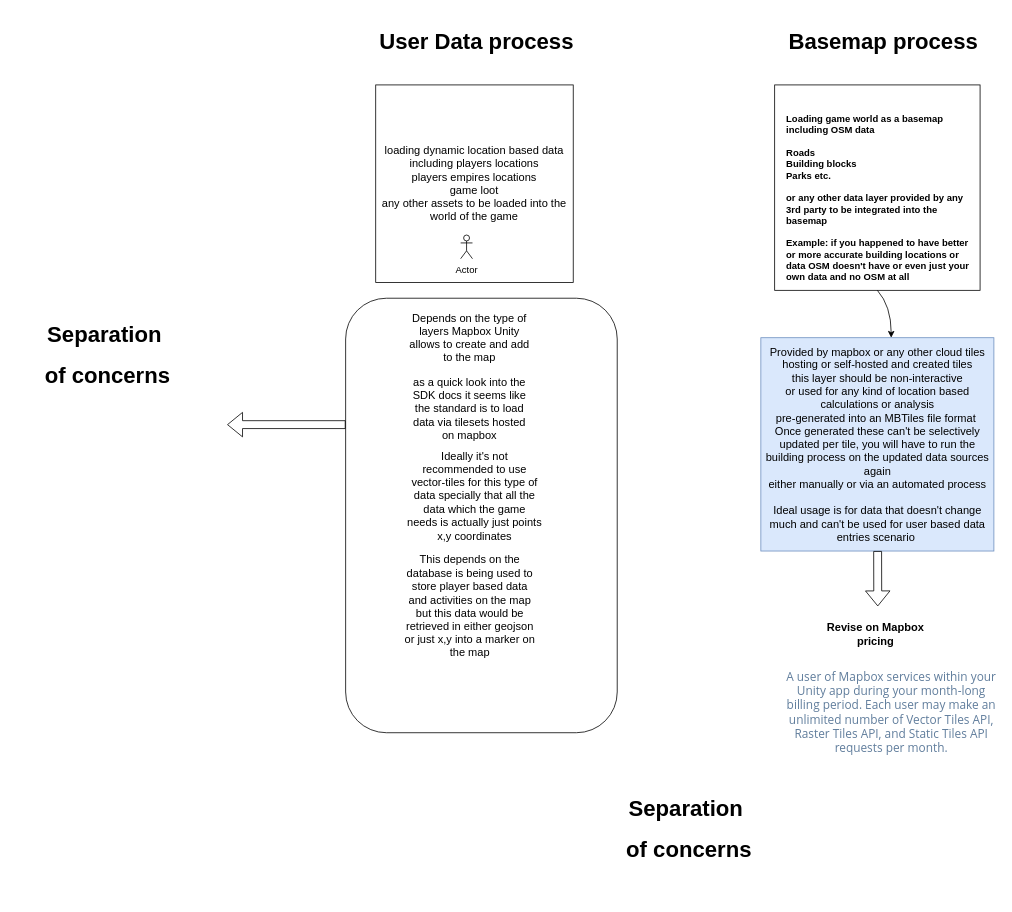
This is Untitled Diagram.drawio from mapsgeek/30-days-of-vue, a draw.io file, before an edit. Source tidied: cells renumbered, new cells numbered last; positions are measured from the earlier drawing's top-left corner, leaving out a move shared by most shapes. Both pictures are drawn from the tidied source at 79%, with x=0, y=0 at pixel (29, 21).
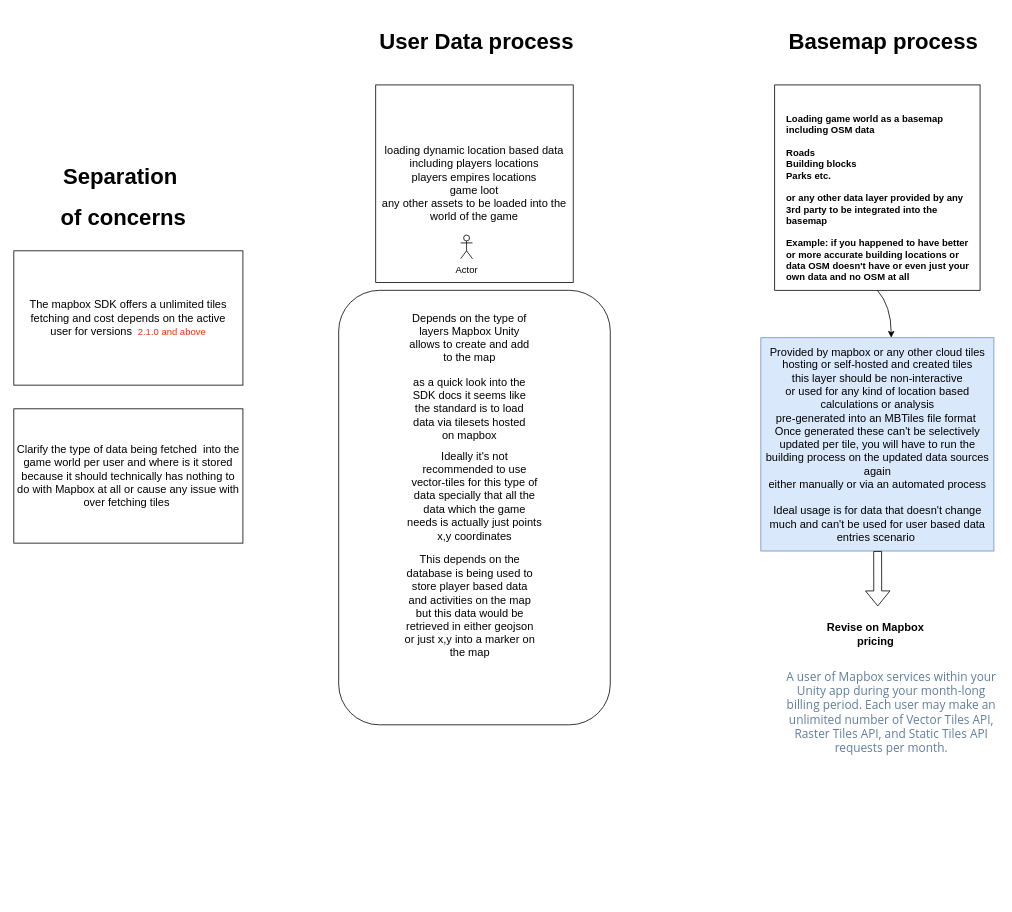
Above is the later version.

The edit, as a diff of the source:
```diff
@@
     <mxCell id="13" style="rounded=1;whiteSpace=wrap;html=1;fontSize=14;align=center;" parent="1" vertex="1">
-      <mxGeometry x="400" y="350" width="343.8" height="550" as="geometry" />
+      <mxGeometry x="391.2" y="340" width="343.8" height="550" as="geometry" />
     </mxCell>
@@
     <mxCell id="18" value="&lt;span style=&quot;font-size: 28px&quot;&gt;&lt;b&gt;Separation&lt;/b&gt;&lt;/span&gt;&lt;h1&gt;&lt;span&gt;&amp;nbsp;of concerns&lt;/span&gt;&lt;br&gt;&lt;/h1&gt;" style="text;html=1;strokeColor=none;fillColor=none;spacing=5;spacingTop=-20;whiteSpace=wrap;overflow=hidden;rounded=0;fontSize=14;align=center;" parent="1" vertex="1">
-      <mxGeometry x="735.6" y="990" width="190" height="120" as="geometry" />
+      <mxGeometry x="20" y="190" width="190" height="100" as="geometry" />
     </mxCell>
-    <mxCell id="19" style="shape=flexArrow;endArrow=classic;html=1;fontSize=14;" parent="1" edge="1">
-      <mxGeometry relative="1" as="geometry">
-        <mxPoint x="400" y="510" as="sourcePoint" />
-        <mxPoint x="250" y="510" as="targetPoint" />
-      </mxGeometry>
-    </mxCell>
-    <mxCell id="20" value="&lt;span style=&quot;font-size: 28px&quot;&gt;&lt;b&gt;Separation&lt;/b&gt;&lt;/span&gt;&lt;h1&gt;&lt;span&gt;&amp;nbsp;of concerns&lt;/span&gt;&lt;br&gt;&lt;/h1&gt;" style="text;html=1;strokeColor=none;fillColor=none;spacing=5;spacingTop=-20;whiteSpace=wrap;overflow=hidden;rounded=0;fontSize=14;align=center;" parent="1" vertex="1">
-      <mxGeometry y="390" width="190" height="120" as="geometry" />
-    </mxCell>
+    <mxCell id="21" style="rounded=0;whiteSpace=wrap;html=1;labelBackgroundColor=none;fontFamily=Helvetica;fontSize=14;align=center;" parent="1" vertex="1">
+      <mxGeometry x="-20" y="290" width="290" height="170" as="geometry" />
+    </mxCell>
+    <mxCell id="22" value="The mapbox SDK offers a unlimited tiles fetching and cost depends on the active user for versions&amp;nbsp;&lt;span style=&quot;font-size: 12px;&quot;&gt;&lt;font color=&quot;#ff270f&quot;&gt;&amp;nbsp;2.1.0 and above&lt;/font&gt;&lt;/span&gt;" style="text;html=1;strokeColor=none;fillColor=none;align=center;verticalAlign=middle;whiteSpace=wrap;rounded=0;fontSize=14;fontFamily=Helvetica;labelBackgroundColor=none;" parent="1" vertex="1">
+      <mxGeometry x="-5" y="295" width="260" height="160" as="geometry" />
+    </mxCell>
+    <mxCell id="23" value="Clarify the type of data being fetched&amp;nbsp; into the game world per user and where is it stored&lt;br&gt;because it should technically has nothing to do with Mapbox at all or cause any issue with over fetching tiles&amp;nbsp;" style="rounded=0;whiteSpace=wrap;html=1;labelBackgroundColor=none;fontFamily=Helvetica;fontSize=14;align=center;" parent="1" vertex="1">
+      <mxGeometry x="-20" y="490" width="290" height="170" as="geometry" />
+    </mxCell>
```
